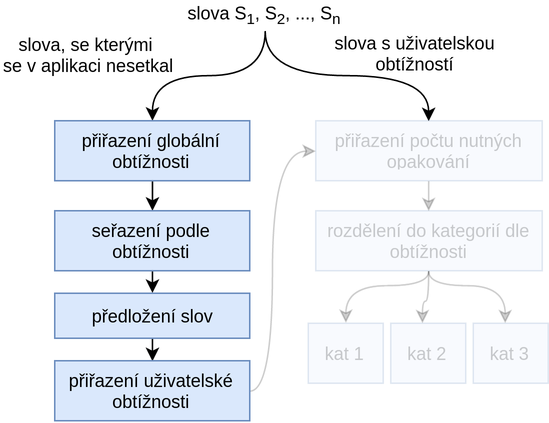
The draw.io diagram img/words-gen-algorithm-4.png in daniel-madera/dp-presentation, before a commit. Source tidied: cells renumbered, new cells last; positions are measured from the earlier drawing's top-left corner, leaving out a move shared by most shapes.
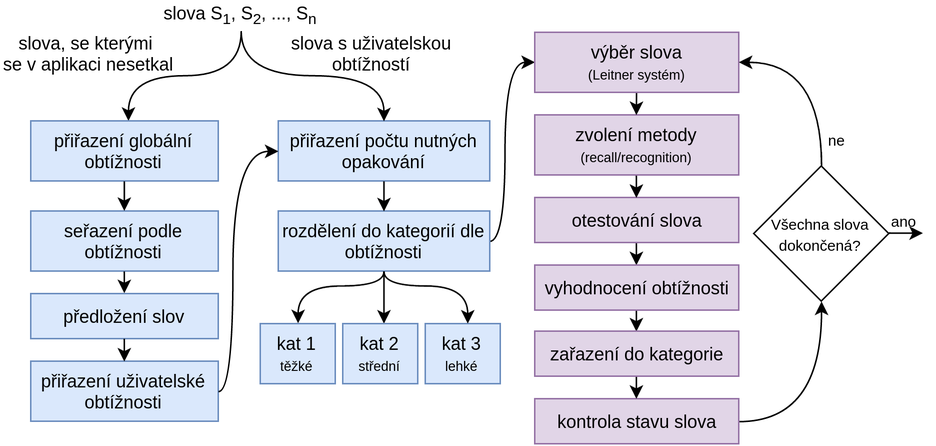
After the change.

The edit, as a diff of the source:
```diff
@@ -1,12 +1,18 @@
-<mxGraphModel background="#ffffff">
+<mxGraphModel>
   <root>
     <mxCell id="0" />
     <mxCell id="1" parent="0" />
+    <mxCell id="4" value="slova S&lt;sub&gt;1&lt;/sub&gt;, S&lt;sub&gt;2&lt;/sub&gt;, ..., S&lt;sub&gt;n&lt;/sub&gt;" style="text;html=1;strokeColor=none;fillColor=none;align=center;verticalAlign=middle;whiteSpace=wrap;" parent="1" vertex="1">
+      <mxGeometry x="101" width="150" height="20" as="geometry" />
+    </mxCell>
+    <mxCell id="5" value="přiřazení počtu nutných opakování" style="whiteSpace=wrap;html=1;align=center;fillColor=#dae8fc;strokeColor=#6c8ebf;" parent="1" vertex="1">
+      <mxGeometry x="201" y="80" width="141" height="40" as="geometry" />
+    </mxCell>
     <mxCell id="2" style="edgeStyle=orthogonalEdgeStyle;html=1;exitX=0.5;exitY=1;entryX=0.5;entryY=0;endArrow=classic;endFill=1;jettySize=auto;strokeColor=#000000;curved=1;" parent="1" edge="1" source="4" target="5">
       <mxGeometry relative="1" as="geometry">
         <Array as="points">
           <mxPoint x="176" y="50" />
-          <mxPoint x="285" y="50" />
+          <mxPoint x="272" y="50" />
         </Array>
       </mxGeometry>
     </mxCell>
@@ -18,90 +24,164 @@
         </Array>
       </mxGeometry>
     </mxCell>
-    <mxCell id="4" value="slova S&lt;sub&gt;1&lt;/sub&gt;, S&lt;sub&gt;2&lt;/sub&gt;, ..., S&lt;sub&gt;n&lt;/sub&gt;" style="text;html=1;strokeColor=none;fillColor=none;align=center;verticalAlign=middle;whiteSpace=wrap;" parent="1" vertex="1">
-      <mxGeometry x="101" width="150" height="20" as="geometry" />
-    </mxCell>
-    <mxCell id="5" value="přiřazení počtu nutných opakování" style="whiteSpace=wrap;html=1;align=center;fillColor=#dae8fc;strokeColor=#6c8ebf;opacity=20;textOpacity=20;" parent="1" vertex="1">
-      <mxGeometry x="210" y="80" width="151" height="40" as="geometry" />
-    </mxCell>
-    <mxCell id="6" style="edgeStyle=orthogonalEdgeStyle;curved=1;html=1;exitX=0.5;exitY=1;endArrow=classic;endFill=1;jettySize=auto;strokeColor=#000000;" parent="1" edge="1" source="7" target="10">
-      <mxGeometry relative="1" as="geometry" />
-    </mxCell>
     <mxCell id="7" value="přiřazení globální obtížnosti" style="whiteSpace=wrap;html=1;align=center;fillColor=#dae8fc;strokeColor=#6c8ebf;" parent="1" vertex="1">
-      <mxGeometry x="36" y="80" width="130" height="40" as="geometry" />
+      <mxGeometry x="36" y="80" width="125" height="40" as="geometry" />
     </mxCell>
     <mxCell id="8" value="&lt;div style=&quot;text-align: center&quot;&gt;&lt;span&gt;slova, se kterými&amp;nbsp;&lt;/span&gt;&lt;/div&gt;&lt;div style=&quot;text-align: center&quot;&gt;se v aplikaci nesetkal&lt;/div&gt;" style="text;html=1;" parent="1" vertex="1">
-      <mxGeometry y="16" width="120" height="40" as="geometry" />
+      <mxGeometry x="16" y="15" width="120" height="40" as="geometry" />
     </mxCell>
+    <mxCell id="10" value="seřazení podle obtížnosti" style="whiteSpace=wrap;html=1;align=center;fillColor=#dae8fc;strokeColor=#6c8ebf;" parent="1" vertex="1">
+      <mxGeometry x="36" y="140" width="125" height="40" as="geometry" />
+    </mxCell>
+    <mxCell id="6" style="edgeStyle=orthogonalEdgeStyle;curved=1;html=1;exitX=0.5;exitY=1;endArrow=classic;endFill=1;jettySize=auto;strokeColor=#000000;" parent="1" edge="1" source="7" target="10">
+      <mxGeometry relative="1" as="geometry" />
+    </mxCell>
+    <mxCell id="12" value="předložení slov" style="whiteSpace=wrap;html=1;align=center;fillColor=#dae8fc;strokeColor=#6c8ebf;" parent="1" vertex="1">
+      <mxGeometry x="36" y="195" width="125" height="30" as="geometry" />
+    </mxCell>
     <mxCell id="9" style="edgeStyle=orthogonalEdgeStyle;curved=1;html=1;exitX=0.5;exitY=1;entryX=0.5;entryY=0;endArrow=classic;endFill=1;jettySize=auto;strokeColor=#000000;" parent="1" edge="1" source="10" target="12">
       <mxGeometry relative="1" as="geometry" />
     </mxCell>
-    <mxCell id="10" value="seřazení podle obtížnosti" style="whiteSpace=wrap;html=1;align=center;fillColor=#dae8fc;strokeColor=#6c8ebf;" parent="1" vertex="1">
-      <mxGeometry x="36" y="140" width="130" height="40" as="geometry" />
-    </mxCell>
+    <mxCell id="14" value="přiřazení uživatelské obtížnosti" style="whiteSpace=wrap;html=1;align=center;fillColor=#dae8fc;strokeColor=#6c8ebf;" parent="1" vertex="1">
+      <mxGeometry x="36" y="240" width="125" height="40" as="geometry" />
+    </mxCell>
     <mxCell id="11" style="edgeStyle=orthogonalEdgeStyle;curved=1;html=1;exitX=0.5;exitY=1;entryX=0.5;entryY=0;endArrow=classic;endFill=1;jettySize=auto;strokeColor=#000000;" parent="1" edge="1" source="12" target="14">
       <mxGeometry relative="1" as="geometry" />
     </mxCell>
-    <mxCell id="12" value="předložení slov" style="whiteSpace=wrap;html=1;align=center;fillColor=#dae8fc;strokeColor=#6c8ebf;" parent="1" vertex="1">
-      <mxGeometry x="36" y="195" width="130" height="30" as="geometry" />
-    </mxCell>
-    <mxCell id="13" style="edgeStyle=orthogonalEdgeStyle;curved=1;html=1;exitX=1;exitY=0.5;entryX=0;entryY=0.5;endArrow=classic;endFill=1;jettySize=auto;strokeColor=#000000;opacity=20;textOpacity=20;" parent="1" edge="1" source="14" target="5">
+    <mxCell id="13" style="edgeStyle=orthogonalEdgeStyle;curved=1;html=1;exitX=1;exitY=0.5;entryX=0;entryY=0.5;endArrow=classic;endFill=1;jettySize=auto;strokeColor=#000000;" parent="1" edge="1" source="14" target="5">
       <mxGeometry relative="1" as="geometry">
         <Array as="points">
-          <mxPoint x="181" y="260" />
-          <mxPoint x="181" y="100" />
+          <mxPoint x="171" y="260" />
+          <mxPoint x="171" y="100" />
         </Array>
       </mxGeometry>
     </mxCell>
-    <mxCell id="14" value="přiřazení uživatelské obtížnosti" style="whiteSpace=wrap;html=1;align=center;fillColor=#dae8fc;strokeColor=#6c8ebf;" parent="1" vertex="1">
-      <mxGeometry x="36" y="240" width="130" height="40" as="geometry" />
-    </mxCell>
     <mxCell id="15" value="&lt;div style=&quot;text-align: center&quot;&gt;slova s uživatelskou&lt;/div&gt;&lt;div style=&quot;text-align: center&quot;&gt;obtížností&lt;/div&gt;" style="text;html=1;" parent="1" vertex="1">
-      <mxGeometry x="221" y="15" width="120" height="40" as="geometry" />
+      <mxGeometry x="208" y="15" width="120" height="40" as="geometry" />
     </mxCell>
-    <mxCell id="16" style="edgeStyle=orthogonalEdgeStyle;curved=1;html=1;exitX=0.5;exitY=1;entryX=0;entryY=0.5;startSize=0;endArrow=classic;endFill=1;endSize=6;jettySize=auto;strokeColor=#000000;opacity=20;textOpacity=20;" parent="1" edge="1" source="19" target="21">
-      <mxGeometry relative="1" as="geometry">
-        <Array as="points">
-          <mxPoint x="285" y="190" />
-          <mxPoint x="230" y="190" />
-        </Array>
-      </mxGeometry>
-    </mxCell>
+    <mxCell id="24" style="edgeStyle=orthogonalEdgeStyle;curved=1;html=1;exitX=1;exitY=0.5;entryX=0;entryY=0.5;startSize=0;endArrow=classic;endFill=1;endSize=6;jettySize=auto;strokeColor=#000000;" parent="1" edge="1" source="19" target="33">
+      <mxGeometry relative="1" as="geometry">
+        <Array as="points">
+          <mxPoint x="352" y="160" />
+          <mxPoint x="352" y="41" />
+        </Array>
+      </mxGeometry>
+    </mxCell>
+    <mxCell id="19" value="rozdělení do kategorií dle obtížnosti" style="whiteSpace=wrap;html=1;align=center;fillColor=#dae8fc;strokeColor=#6c8ebf;" parent="1" vertex="1">
+      <mxGeometry x="201" y="140" width="141" height="40" as="geometry" />
+    </mxCell>
-    <mxCell id="17" style="edgeStyle=orthogonalEdgeStyle;curved=1;html=1;exitX=0.5;exitY=1;startSize=0;endArrow=classic;endFill=1;endSize=6;jettySize=auto;strokeColor=#000000;opacity=20;textOpacity=20;" parent="1" edge="1" source="19" target="23">
+    <mxCell id="17" style="edgeStyle=orthogonalEdgeStyle;curved=1;html=1;exitX=0.5;exitY=1;startSize=0;endArrow=classic;endFill=1;endSize=6;jettySize=auto;strokeColor=#000000;" parent="1" edge="1" source="19" target="23">
       <mxGeometry relative="1" as="geometry">
         <Array as="points">
-          <mxPoint x="285" y="200" />
-          <mxPoint x="281" y="200" />
+          <mxPoint x="272" y="190" />
+          <mxPoint x="272" y="190" />
         </Array>
       </mxGeometry>
     </mxCell>
-    <mxCell id="18" style="edgeStyle=orthogonalEdgeStyle;curved=1;html=1;exitX=0.5;exitY=1;startSize=0;endArrow=classic;endFill=1;endSize=6;jettySize=auto;strokeColor=#000000;opacity=20;textOpacity=20;" parent="1" edge="1" source="19" target="22">
-      <mxGeometry relative="1" as="geometry">
-        <Array as="points">
-          <mxPoint x="285" y="190" />
-          <mxPoint x="336" y="190" />
-        </Array>
-      </mxGeometry>
-    </mxCell>
-    <mxCell id="19" value="rozdělení do kategorií dle obtížnosti" style="whiteSpace=wrap;html=1;align=center;fillColor=#dae8fc;strokeColor=#6c8ebf;opacity=20;textOpacity=20;" parent="1" vertex="1">
-      <mxGeometry x="210" y="140" width="151" height="40" as="geometry" />
-    </mxCell>
-    <mxCell id="20" style="edgeStyle=orthogonalEdgeStyle;curved=1;html=1;exitX=0.5;exitY=1;endArrow=classic;endFill=1;jettySize=auto;strokeColor=#000000;entryX=0.5;entryY=0;opacity=20;textOpacity=20;" parent="1" edge="1" source="5" target="19">
-      <mxGeometry x="184.9" y="130.1" as="geometry">
+    <mxCell id="20" style="edgeStyle=orthogonalEdgeStyle;curved=1;html=1;exitX=0.5;exitY=1;endArrow=classic;endFill=1;jettySize=auto;strokeColor=#000000;entryX=0.5;entryY=0;" parent="1" edge="1" source="5" target="19">
+      <mxGeometry x="175.9" y="130.1" as="geometry">
         <Array as="points">
-          <mxPoint x="285" y="120" />
-          <mxPoint x="285" y="140" />
+          <mxPoint x="271" y="130" />
+          <mxPoint x="271" y="130" />
         </Array>
       </mxGeometry>
     </mxCell>
-    <mxCell id="21" value="kat 1" style="whiteSpace=wrap;html=1;strokeWidth=1;align=center;direction=south;fillColor=#dae8fc;strokeColor=#6c8ebf;opacity=20;textOpacity=20;" parent="1" vertex="1">
-      <mxGeometry x="205" y="215" width="50" height="40" as="geometry" />
+    <mxCell id="21" value="kat 1&lt;div&gt;&lt;font style=&quot;font-size: 9px&quot;&gt;těžké&lt;/font&gt;&lt;/div&gt;" style="whiteSpace=wrap;html=1;strokeWidth=1;align=center;direction=south;fillColor=#dae8fc;strokeColor=#6c8ebf;" parent="1" vertex="1">
+      <mxGeometry x="189" y="215" width="50" height="40" as="geometry" />
     </mxCell>
+    <mxCell id="16" style="edgeStyle=orthogonalEdgeStyle;curved=1;html=1;exitX=0.5;exitY=1;entryX=0;entryY=0.5;startSize=0;endArrow=classic;endFill=1;endSize=6;jettySize=auto;strokeColor=#000000;" parent="1" edge="1" source="19" target="21">
+      <mxGeometry relative="1" as="geometry">
+        <Array as="points">
+          <mxPoint x="271" y="190" />
+          <mxPoint x="214" y="190" />
+        </Array>
+      </mxGeometry>
+    </mxCell>
-    <mxCell id="22" value="kat 3" style="whiteSpace=wrap;html=1;strokeWidth=1;align=center;direction=south;fillColor=#dae8fc;strokeColor=#6c8ebf;opacity=20;textOpacity=20;" parent="1" vertex="1">
-      <mxGeometry x="315" y="215" width="50" height="40" as="geometry" />
+    <mxCell id="22" value="kat 3&lt;div&gt;&lt;font style=&quot;font-size: 9px&quot;&gt;lehké&lt;/font&gt;&lt;/div&gt;" style="whiteSpace=wrap;html=1;strokeWidth=1;align=center;direction=south;fillColor=#dae8fc;strokeColor=#6c8ebf;" parent="1" vertex="1">
+      <mxGeometry x="299" y="215" width="50" height="40" as="geometry" />
     </mxCell>
-    <mxCell id="23" value="kat 2" style="whiteSpace=wrap;html=1;strokeWidth=1;align=center;direction=south;fillColor=#dae8fc;strokeColor=#6c8ebf;opacity=20;textOpacity=20;" parent="1" vertex="1">
-      <mxGeometry x="260" y="215" width="50" height="40" as="geometry" />
+    <mxCell id="23" value="kat 2&lt;div&gt;&lt;font style=&quot;font-size: 9px&quot;&gt;střední&lt;/font&gt;&lt;/div&gt;" style="whiteSpace=wrap;html=1;strokeWidth=1;align=center;direction=south;fillColor=#dae8fc;strokeColor=#6c8ebf;" parent="1" vertex="1">
+      <mxGeometry x="244" y="215" width="50" height="40" as="geometry" />
     </mxCell>
+    <mxCell id="18" style="edgeStyle=orthogonalEdgeStyle;curved=1;html=1;exitX=0.5;exitY=1;startSize=0;endArrow=classic;endFill=1;endSize=6;jettySize=auto;strokeColor=#000000;" parent="1" edge="1" source="19" target="22">
+      <mxGeometry relative="1" as="geometry">
+        <Array as="points">
+          <mxPoint x="271" y="190" />
+          <mxPoint x="327" y="190" />
+        </Array>
+      </mxGeometry>
+    </mxCell>
+    <mxCell id="25" style="edgeStyle=orthogonalEdgeStyle;curved=1;html=1;exitX=0.5;exitY=1;entryX=0.5;entryY=0;startSize=0;endArrow=classic;endFill=1;endSize=6;jettySize=auto;strokeColor=#000000;" parent="1" edge="1" source="26" target="31">
+      <mxGeometry relative="1" as="geometry" />
+    </mxCell>
+    <mxCell id="26" value="otestování slova" style="whiteSpace=wrap;html=1;align=center;fillColor=#e1d5e7;strokeColor=#9673a6;" parent="1" vertex="1">
+      <mxGeometry x="372" y="131" width="136" height="30" as="geometry" />
+    </mxCell>
+    <mxCell id="27" style="edgeStyle=orthogonalEdgeStyle;curved=1;html=1;exitX=0.5;exitY=1;startSize=0;endArrow=classic;endFill=1;endSize=6;jettySize=auto;strokeColor=#000000;entryX=0.5;entryY=0;" parent="1" edge="1" source="28" target="26">
+      <mxGeometry relative="1" as="geometry" />
+    </mxCell>
+    <mxCell id="28" value="zvolení metody &lt;font style=&quot;font-size: 9px&quot;&gt;(recall/recognition)&lt;/font&gt;" style="whiteSpace=wrap;html=1;align=center;fillColor=#e1d5e7;strokeColor=#9673a6;" parent="1" vertex="1">
+      <mxGeometry x="372" y="76" width="136" height="40" as="geometry" />
+    </mxCell>
+    <mxCell id="29" style="edgeStyle=orthogonalEdgeStyle;curved=1;html=1;startSize=0;endArrow=classic;endFill=1;endSize=6;jettySize=auto;strokeColor=#000000;exitX=1;exitY=0.5;entryX=0.5;entryY=1;" parent="1" edge="1" source="39" target="38">
+      <mxGeometry relative="1" as="geometry">
+        <Array as="points">
+          <mxPoint x="563" y="280" />
+        </Array>
+      </mxGeometry>
+    </mxCell>
+    <mxCell id="30" style="edgeStyle=orthogonalEdgeStyle;curved=1;html=1;exitX=0.5;exitY=1;entryX=0.5;entryY=0;startSize=0;endArrow=classic;endFill=1;endSize=6;jettySize=auto;strokeColor=#000000;" parent="1" edge="1" source="31" target="41">
+      <mxGeometry relative="1" as="geometry" />
+    </mxCell>
+    <mxCell id="31" value="vyhodnocení obtížnosti" style="whiteSpace=wrap;html=1;align=center;fillColor=#e1d5e7;strokeColor=#9673a6;" parent="1" vertex="1">
+      <mxGeometry x="372" y="176" width="136" height="30" as="geometry" />
+    </mxCell>
+    <mxCell id="32" style="edgeStyle=orthogonalEdgeStyle;curved=1;html=1;exitX=0.5;exitY=1;entryX=0.5;entryY=0;startSize=0;endArrow=classic;endFill=1;endSize=6;jettySize=auto;strokeColor=#000000;" parent="1" edge="1" target="28">
+      <mxGeometry relative="1" as="geometry">
+        <mxPoint x="439.9" y="61.3" as="sourcePoint" />
+      </mxGeometry>
+    </mxCell>
+    <mxCell id="33" value="výběr slova&lt;div&gt;&lt;font style=&quot;font-size: 9px&quot;&gt;(Leitner systém)&lt;/font&gt;&lt;/div&gt;" style="whiteSpace=wrap;html=1;align=center;fillColor=#e1d5e7;strokeColor=#9673a6;" parent="1" vertex="1">
+      <mxGeometry x="372" y="21" width="136" height="40" as="geometry" />
+    </mxCell>
+    <mxCell id="34" style="edgeStyle=orthogonalEdgeStyle;curved=1;html=1;exitX=0.5;exitY=0;entryX=1;entryY=0.5;startSize=0;endArrow=classic;endFill=1;endSize=6;jettySize=auto;strokeColor=#000000;" parent="1" edge="1" source="38">
+      <mxGeometry relative="1" as="geometry">
+        <mxPoint x="507.9" y="41.3" as="targetPoint" />
+        <Array as="points">
+          <mxPoint x="563" y="41" />
+        </Array>
+      </mxGeometry>
+    </mxCell>
+    <mxCell id="35" value="ne" style="text;html=1;align=center;verticalAlign=middle;labelBackgroundColor=none;fontSize=10;" parent="34" vertex="1">
+      <mxGeometry x="-0.39" y="12" relative="1" as="geometry">
+        <mxPoint x="22" y="20" as="offset" />
+      </mxGeometry>
+    </mxCell>
+    <mxCell id="36" style="edgeStyle=orthogonalEdgeStyle;rounded=1;html=1;startSize=0;endArrow=classic;endFill=1;endSize=6;jettySize=auto;strokeColor=#000000;exitX=1;exitY=0.5;" parent="1" edge="1" source="38">
+      <mxGeometry relative="1" as="geometry">
+        <mxPoint x="631" y="155" as="targetPoint" />
+        <Array as="points">
+          <mxPoint x="621" y="155" />
+          <mxPoint x="621" y="155" />
+        </Array>
+      </mxGeometry>
+    </mxCell>
+    <mxCell id="37" value="ano" style="text;html=1;align=center;verticalAlign=middle;labelBackgroundColor=none;spacing=2;spacingTop=0;spacingLeft=0;fontSize=10;" parent="36" vertex="1">
+      <mxGeometry x="-0.31" y="2" relative="1" as="geometry">
+        <mxPoint x="2" y="-7" as="offset" />
+      </mxGeometry>
+    </mxCell>
+    <mxCell id="38" value="&lt;font style=&quot;font-size: 10px&quot;&gt;Všechna slova dokončená?&lt;/font&gt;" style="rhombus;whiteSpace=wrap;html=1;" parent="1" vertex="1">
+      <mxGeometry x="518" y="110" width="90" height="90" as="geometry" />
+    </mxCell>
+    <mxCell id="39" value="kontrola stavu slova" style="whiteSpace=wrap;html=1;align=center;fillColor=#e1d5e7;strokeColor=#9673a6;" parent="1" vertex="1">
+      <mxGeometry x="372" y="265" width="136" height="30" as="geometry" />
+    </mxCell>
+    <mxCell id="40" style="edgeStyle=orthogonalEdgeStyle;curved=1;html=1;exitX=0.5;exitY=1;entryX=0.5;entryY=0;startSize=0;endArrow=classic;endFill=1;endSize=6;jettySize=auto;strokeColor=#000000;" parent="1" edge="1" source="41" target="39">
+      <mxGeometry relative="1" as="geometry" />
+    </mxCell>
+    <mxCell id="41" value="zařazení do kategorie" style="whiteSpace=wrap;html=1;align=center;fillColor=#e1d5e7;strokeColor=#9673a6;" parent="1" vertex="1">
+      <mxGeometry x="372" y="220" width="136" height="30" as="geometry" />
+    </mxCell>
   </root>
 </mxGraphModel>
```
